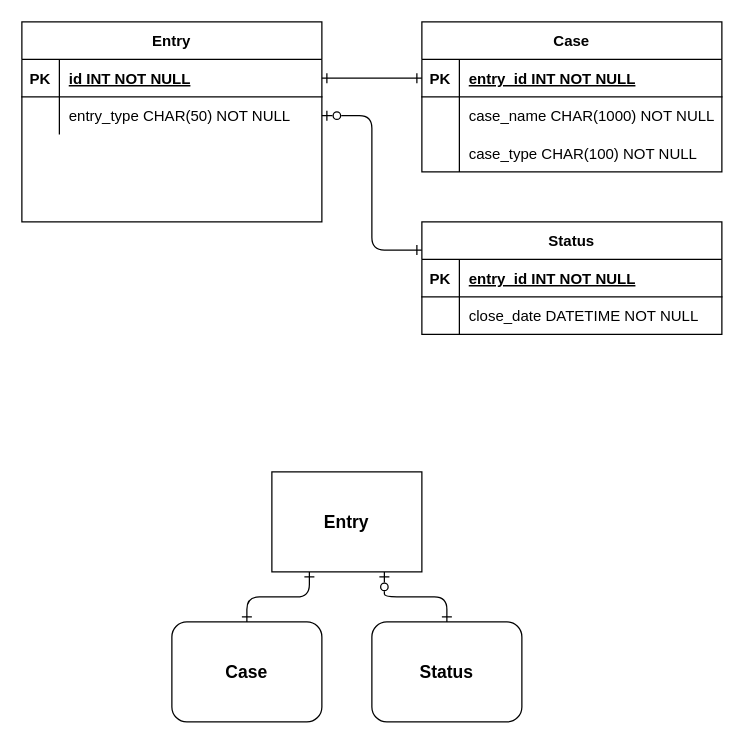
This is TestSQL/TestSQL.drawio from dyukoffv4/KustKust, a draw.io file, before an edit. Source tidied: cells renumbered, new cells numbered last; positions are measured from the earlier drawing's top-left corner, leaving out a move shared by most shapes. Both pictures are drawn from the tidied source at 125%, with x=0, y=0 at pixel (21, 21).
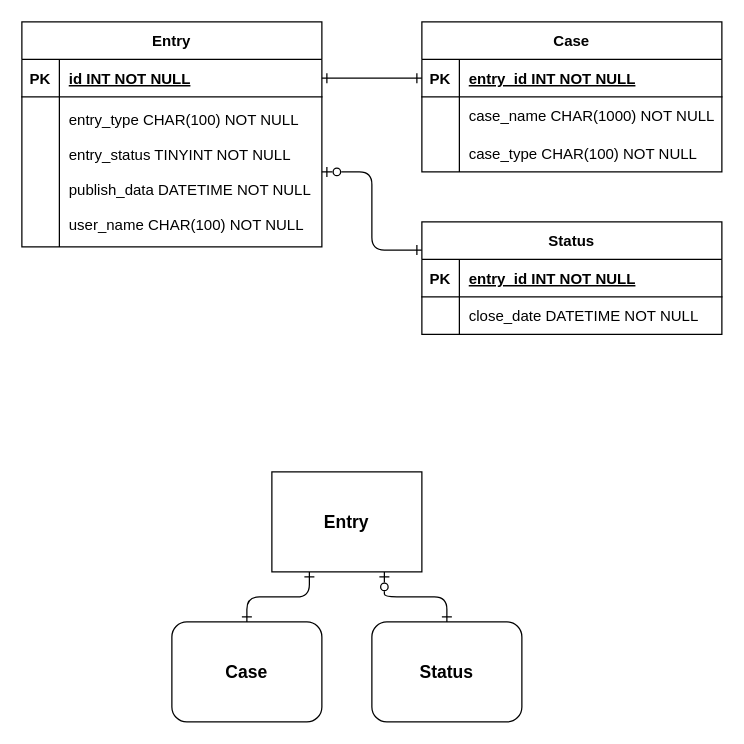
The same page after the edit.

Commit message:
Diagram finale change

Diff of the diagram source:
```diff
@@
     <mxCell id="20" value="Entry" style="shape=table;startSize=30;childLayout=tableLayout;rowLines=0;fontStyle=1;align=center;" parent="1" vertex="1">
-      <mxGeometry width="240" height="160" as="geometry" />
+      <mxGeometry width="240" height="180" as="geometry" />
     </mxCell>
@@
     <mxCell id="24" style="shape=partialRectangle;fillColor=none;points=[[0,0.5],[1,0.5]];portConstraint=eastwest;top=0;left=0;right=0;bottom=0;" parent="20" vertex="1">
-      <mxGeometry y="60" width="240" height="30" as="geometry" />
+      <mxGeometry y="60" width="240" height="120" as="geometry" />
     </mxCell>
     <mxCell id="25" style="shape=partialRectangle;overflow=hidden;fillColor=none;top=0;left=0;bottom=0;right=0;" parent="24" vertex="1">
-      <mxGeometry width="30" height="30" as="geometry" />
+      <mxGeometry width="30" height="120" as="geometry" />
     </mxCell>
-    <mxCell id="26" value="entry_type CHAR(50) NOT NULL" style="shape=partialRectangle;overflow=hidden;fillColor=none;top=0;left=0;bottom=0;right=0;align=left;spacingLeft=6;" parent="24" vertex="1">
-      <mxGeometry x="30" width="210" height="30" as="geometry" />
+    <mxCell id="26" value="entry_type CHAR(100) NOT NULL&#10;&#10;entry_status TINYINT NOT NULL&#10;&#10;publish_data DATETIME NOT NULL&#10;&#10;user_name CHAR(100) NOT NULL" style="shape=partialRectangle;overflow=hidden;fillColor=none;top=0;left=0;bottom=0;right=0;align=left;spacingLeft=6;" parent="24" vertex="1">
+      <mxGeometry x="30" width="210" height="120" as="geometry" />
     </mxCell>
```
